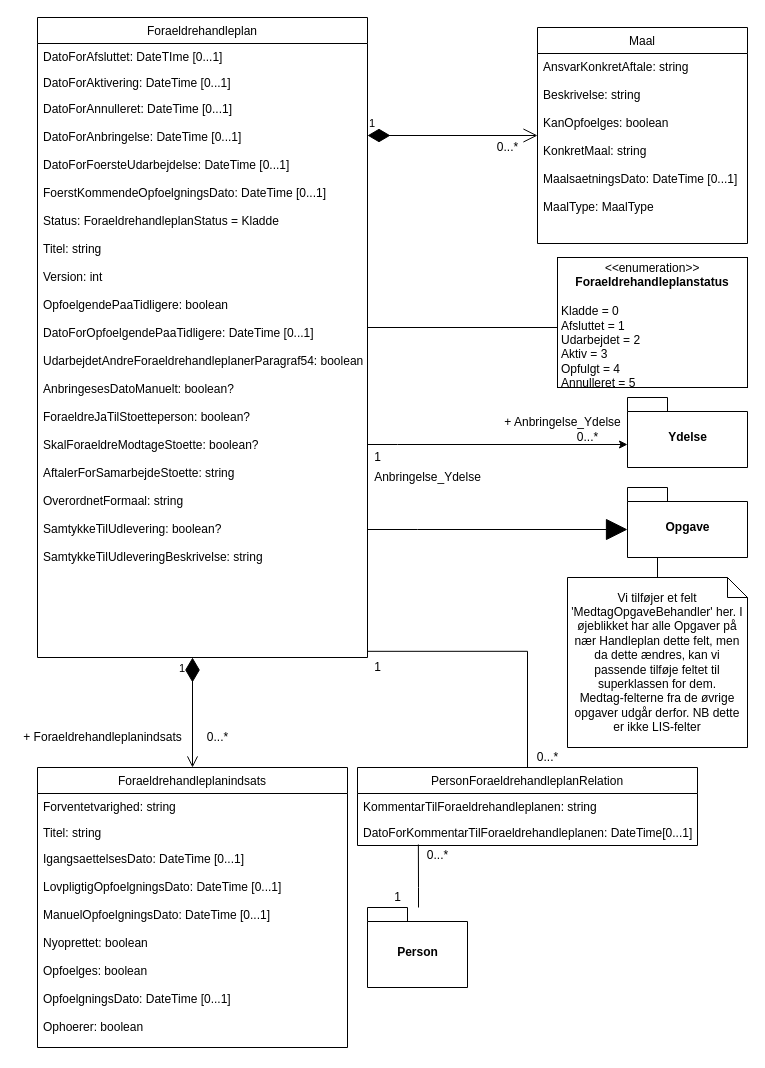
This is Untitled Diagram.drawio from DanielMikkelsen/CompanyCarpool, a draw.io file, before an edit. Source tidied: cells renumbered, new cells numbered last; positions are measured from the earlier drawing's top-left corner, leaving out a move shared by most shapes. Both pictures are drawn from the tidied source at 100%, with x=0, y=0 at pixel (17, 17).
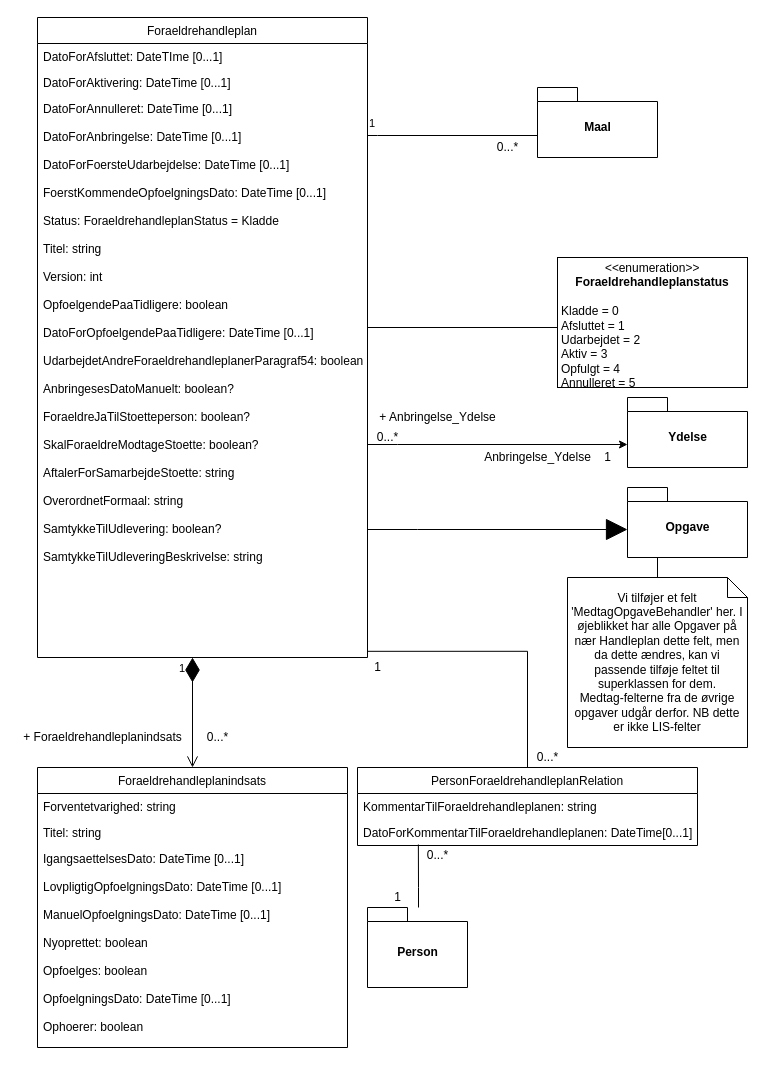
The same diagram, later.

The change refers to these unchanged cells:
```xml
<mxCell id="5" value="DatoForAnnulleret: DateTime [0...1]&#10;&#10;DatoForAnbringelse: DateTime [0...1]&#10;&#10;DatoForFoersteUdarbejdelse: DateTime [0...1]&#10;&#10;FoerstKommendeOpfoelgningsDato: DateTime [0...1]&#10;&#10;Status: ForaeldrehandleplanStatus = Kladde&#10;&#10;Titel: string&#10;&#10;Version: int&#10;&#10;OpfoelgendePaaTidligere: boolean&#10;&#10;DatoForOpfoelgendePaaTidligere: DateTime [0...1]&#10;&#10;UdarbejdetAndreForaeldrehandleplanerParagraf54: boolean&#10;&#10;AnbringesesDatoManuelt: boolean?&#10;&#10;ForaeldreJaTilStoetteperson: boolean?&#10;&#10;SkalForaeldreModtageStoette: boolean?&#10;&#10;AftalerForSamarbejdeStoette: string&#10;&#10;OverordnetFormaal: string&#10;&#10;SamtykkeTilUdlevering: boolean?&#10;&#10;SamtykkeTilUdleveringBeskrivelse: string&#10;&#10;" style="text;align=left;verticalAlign=top;spacingLeft=4;spacingRight=4;overflow=hidden;points=[[0,0.5],[1,0.5]];portConstraint=eastwest;rounded=0;shadow=0;html=0;" parent="2" vertex="1">
  <mxGeometry y="78" width="330" height="562" as="geometry" />
</mxCell>
```

Change to the diagram source:
```diff
@@
-    <mxCell id="6" value="Maal" style="swimlane;fontStyle=0;align=center;verticalAlign=top;horizontal=1;startSize=26;rounded=0;shadow=0;strokeWidth=1;" parent="1" vertex="1">
-      <mxGeometry x="520" y="10" width="210" height="216" as="geometry" />
-    </mxCell>
-    <mxCell id="7" value="AnsvarKonkretAftale: string&#10;&#10;Beskrivelse: string&#10;&#10;KanOpfoelges: boolean&#10;&#10;KonkretMaal: string&#10;&#10;MaalsaetningsDato: DateTime [0...1]&#10;&#10;MaalType: MaalType" style="text;align=left;verticalAlign=top;spacingLeft=4;spacingRight=4;overflow=hidden;" parent="6" vertex="1">
-      <mxGeometry y="26" width="210" height="174" as="geometry" />
-    </mxCell>
@@
     <mxCell id="17" value="0...*" style="text;html=1;align=center;verticalAlign=middle;" parent="1" vertex="1">
-      <mxGeometry x="550" y="410" width="40" height="20" as="geometry" />
+      <mxGeometry x="350" y="410" width="40" height="20" as="geometry" />
     </mxCell>
     <mxCell id="18" value="1" style="text;html=1;align=center;verticalAlign=middle;" parent="1" vertex="1">
-      <mxGeometry x="350" y="430" width="20" height="20" as="geometry" />
+      <mxGeometry x="580" y="430" width="20" height="20" as="geometry" />
     </mxCell>
     <mxCell id="19" value="+ Anbringelse_Ydelse" style="text;html=1;align=center;verticalAlign=middle;" parent="1" vertex="1">
-      <mxGeometry x="480" y="395" width="130" height="20" as="geometry" />
+      <mxGeometry x="355" y="390" width="130" height="20" as="geometry" />
     </mxCell>
     <mxCell id="20" value="Anbringelse_Ydelse" style="text;html=1;align=center;verticalAlign=middle;" parent="1" vertex="1">
-      <mxGeometry x="350" y="450" width="120" height="20" as="geometry" />
+      <mxGeometry x="460" y="430" width="120" height="20" as="geometry" />
     </mxCell>
@@
-    <mxCell id="30" value="1" style="endArrow=open;html=1;endSize=12;startArrow=diamondThin;startSize=20;startFill=1;edgeStyle=orthogonalEdgeStyle;align=left;verticalAlign=bottom;rounded=0;entryX=0;entryY=0.5;entryDx=0;entryDy=0;" parent="1" edge="1" source="5" target="6">
+    <mxCell id="30" value="1" style="endArrow=none;html=1;endSize=12;startArrow=none;startSize=20;startFill=0;edgeStyle=orthogonalEdgeStyle;align=left;verticalAlign=bottom;rounded=0;entryX=0;entryY=0.5;entryDx=0;entryDy=0;endFill=0;" parent="1" edge="1" source="5">
       <mxGeometry x="-1" y="3" relative="1" as="geometry">
+        <mxPoint x="520" y="118" as="targetPoint" />
         <Array as="points">
           <mxPoint x="360" y="118" />
           <mxPoint x="360" y="118" />
         </Array>
       </mxGeometry>
     </mxCell>
@@
+    <mxCell id="6" value="Maal" style="shape=folder;fontStyle=1;spacingTop=10;tabWidth=40;tabHeight=14;tabPosition=left;html=1;" parent="1" vertex="1">
+      <mxGeometry x="520" y="70" width="120" height="70" as="geometry" />
+    </mxCell>
```
